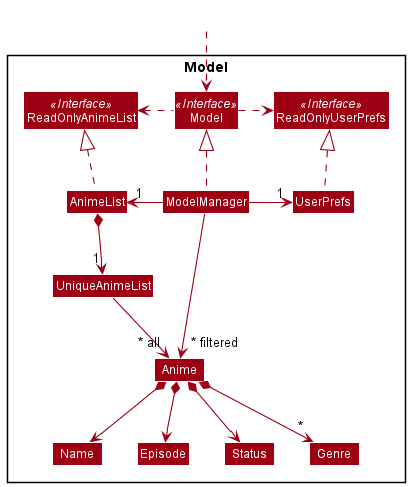
Before: docs/images/ModelClassDiagram.png, a diagram exported from PlantUML (nus-cs2103-AY2122S1/tp).
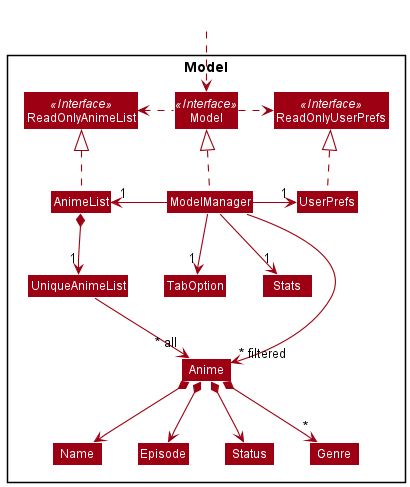
Above is the later version.

The edit, as a diff of the source:
```diff
@@ -14,6 +14,8 @@
 Class ModelManager
 Class UserPrefs
 Class ReadOnlyUserPrefs
+Class TabOption
+Class Stats
 
 
 Class UniqueAnimeList
@@ -35,6 +37,8 @@
 Model .left.> ReadOnlyAnimeList
 ModelManager -left-> "1" AnimeList
 ModelManager -right-> "1" UserPrefs
+ModelManager -down-> "1" TabOption
+ModelManager -down-> "1" Stats
 UserPrefs .up.|> ReadOnlyUserPrefs
 
 AnimeList *--> "1" UniqueAnimeList
```
